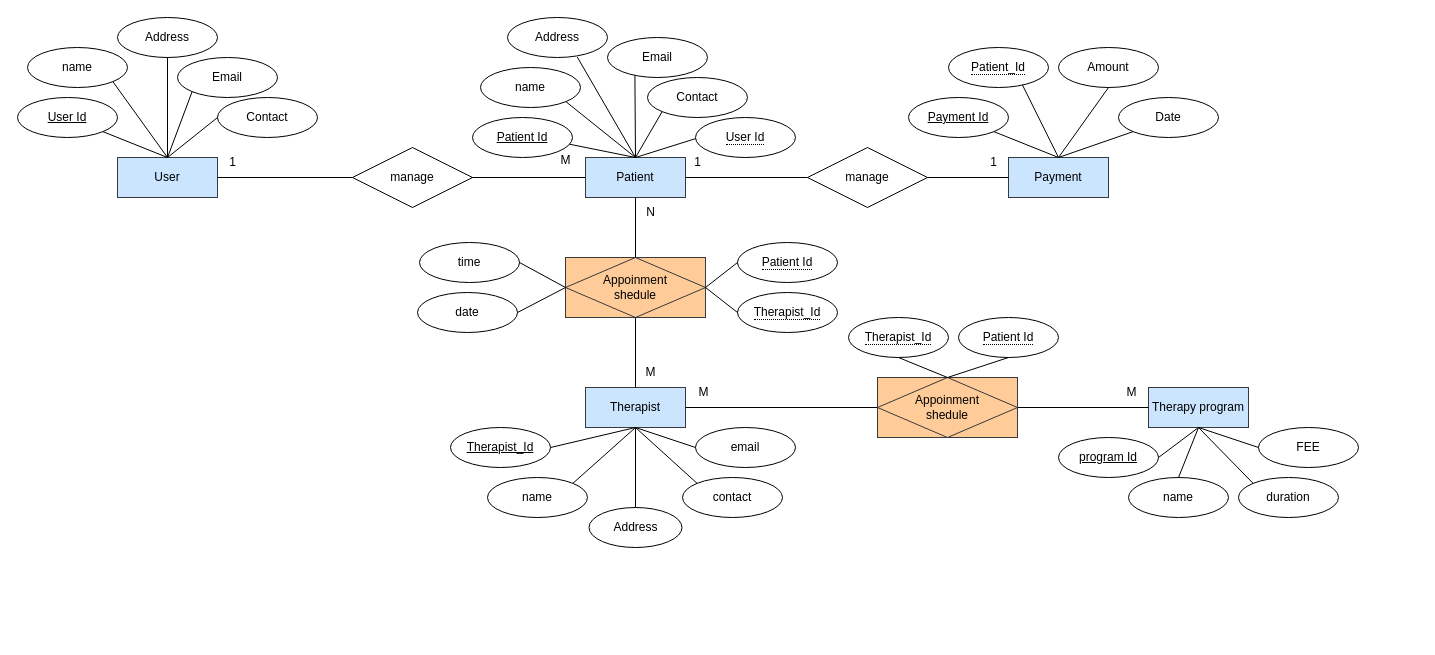
Above: src/main/resources/ERDiagrem/Er For Hibernate.drawio in Dinuka0512/The-Serenity-Mental-Health-Therapy-Center (draw.io), before the change. Source tidied: cells renumbered, new cells numbered last; positions are measured from the earlier drawing's top-left corner, leaving out a move shared by most shapes. Both pictures are drawn from the tidied source at 100%, with x=0, y=0 at pixel (17, 17).
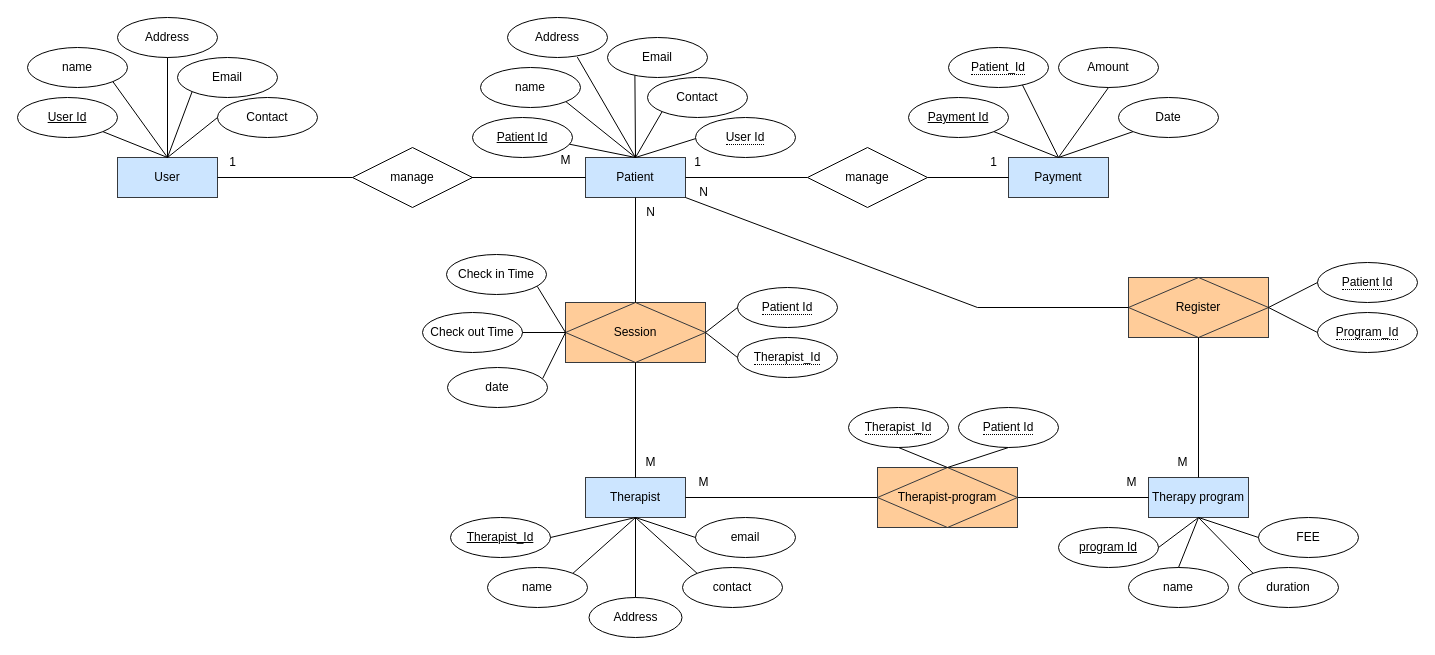
The same diagram, later.

Commit message (it also covers changes not shown here):
created the new er and also create the entity class user now working withot any error

The change refers to these unchanged cells:
```xml
<mxCell id="14" value="Patient" style="whiteSpace=wrap;html=1;align=center;fillColor=#cce5ff;strokeColor=#36393d;" parent="1" vertex="1">
  <mxGeometry x="568" y="140" width="100" height="40" as="geometry" />
</mxCell>
```

Diff of the diagram source:
```diff
@@
     <mxCell id="29" value="Therapy program" style="whiteSpace=wrap;html=1;align=center;fillColor=#cce5ff;strokeColor=#36393d;" parent="1" vertex="1">
-      <mxGeometry x="1131" y="370" width="100" height="40" as="geometry" />
+      <mxGeometry x="1131" y="460" width="100" height="40" as="geometry" />
     </mxCell>
     <mxCell id="30" value="program Id" style="ellipse;whiteSpace=wrap;html=1;align=center;fontStyle=4;" parent="1" vertex="1">
-      <mxGeometry x="1041" y="420" width="100" height="40" as="geometry" />
+      <mxGeometry x="1041" y="510" width="100" height="40" as="geometry" />
     </mxCell>
     <mxCell id="31" value="name" style="ellipse;whiteSpace=wrap;html=1;align=center;" parent="1" vertex="1">
-      <mxGeometry x="1111" y="460" width="100" height="40" as="geometry" />
+      <mxGeometry x="1111" y="550" width="100" height="40" as="geometry" />
     </mxCell>
     <mxCell id="32" value="duration" style="ellipse;whiteSpace=wrap;html=1;align=center;" parent="1" vertex="1">
-      <mxGeometry x="1221" y="460" width="100" height="40" as="geometry" />
+      <mxGeometry x="1221" y="550" width="100" height="40" as="geometry" />
     </mxCell>
     <mxCell id="33" value="FEE" style="ellipse;whiteSpace=wrap;html=1;align=center;" parent="1" vertex="1">
-      <mxGeometry x="1241" y="410" width="100" height="40" as="geometry" />
+      <mxGeometry x="1241" y="500" width="100" height="40" as="geometry" />
     </mxCell>
@@
-    <mxCell id="38" value="Appoinment&lt;div&gt;shedule&lt;/div&gt;" style="shape=associativeEntity;whiteSpace=wrap;html=1;align=center;fillColor=#ffcc99;strokeColor=#36393d;" parent="1" vertex="1">
-      <mxGeometry x="548" y="240" width="140" height="60" as="geometry" />
+    <mxCell id="38" value="Session" style="shape=associativeEntity;whiteSpace=wrap;html=1;align=center;fillColor=#ffcc99;strokeColor=#36393d;" parent="1" vertex="1">
+      <mxGeometry x="548" y="285" width="140" height="60" as="geometry" />
     </mxCell>
@@
     <mxCell id="40" value="M" style="text;html=1;align=center;verticalAlign=middle;strokeColor=none;fillColor=none;" parent="1" vertex="1">
-      <mxGeometry x="618" y="340" width="30" height="30" as="geometry" />
+      <mxGeometry x="618" y="430" width="30" height="30" as="geometry" />
     </mxCell>
@@
     <mxCell id="42" value="&lt;span style=&quot;border-bottom: 1px dotted&quot;&gt;Patient Id&lt;/span&gt;" style="ellipse;whiteSpace=wrap;html=1;align=center;" parent="1" vertex="1">
-      <mxGeometry x="720" y="225" width="100" height="40" as="geometry" />
+      <mxGeometry x="720" y="270" width="100" height="40" as="geometry" />
     </mxCell>
     <mxCell id="43" value="&lt;span style=&quot;border-bottom: 1px dotted&quot;&gt;Therapist_Id&lt;/span&gt;" style="ellipse;whiteSpace=wrap;html=1;align=center;" parent="1" vertex="1">
-      <mxGeometry x="720" y="275" width="100" height="40" as="geometry" />
+      <mxGeometry x="720" y="320" width="100" height="40" as="geometry" />
     </mxCell>
@@
     <mxCell id="49" value="date" style="ellipse;whiteSpace=wrap;html=1;align=center;" parent="1" vertex="1">
-      <mxGeometry x="400" y="275" width="100" height="40" as="geometry" />
+      <mxGeometry x="430" y="350" width="100" height="40" as="geometry" />
     </mxCell>
-    <mxCell id="50" value="time" style="ellipse;whiteSpace=wrap;html=1;align=center;" parent="1" vertex="1">
-      <mxGeometry x="402" y="225" width="100" height="40" as="geometry" />
+    <mxCell id="50" value="Check out Time" style="ellipse;whiteSpace=wrap;html=1;align=center;" parent="1" vertex="1">
+      <mxGeometry x="405" y="295" width="100" height="40" as="geometry" />
     </mxCell>
@@
-    <mxCell id="52" style="endArrow=none;html=1;rounded=0;entryX=1;entryY=0.5;entryDx=0;entryDy=0;exitX=0;exitY=0.5;exitDx=0;exitDy=0;" parent="1" edge="1" source="38" target="49">
+    <mxCell id="52" style="endArrow=none;html=1;rounded=0;entryX=0.952;entryY=0.275;entryDx=0;entryDy=0;exitX=0;exitY=0.5;exitDx=0;exitDy=0;entryPerimeter=0;" parent="1" edge="1" source="38" target="49">
       <mxGeometry relative="1" as="geometry" />
     </mxCell>
@@
     <mxCell id="54" value="Therapist" style="whiteSpace=wrap;html=1;align=center;fillColor=#cce5ff;strokeColor=#36393d;" parent="1" vertex="1">
-      <mxGeometry x="568" y="370" width="100" height="40" as="geometry" />
+      <mxGeometry x="568" y="460" width="100" height="40" as="geometry" />
     </mxCell>
@@
     <mxCell id="56" value="Therapist_Id" style="ellipse;whiteSpace=wrap;html=1;align=center;fontStyle=4;" parent="1" vertex="1">
-      <mxGeometry x="433" y="410" width="100" height="40" as="geometry" />
+      <mxGeometry x="433" y="500" width="100" height="40" as="geometry" />
     </mxCell>
     <mxCell id="57" value="name" style="ellipse;whiteSpace=wrap;html=1;align=center;" parent="1" vertex="1">
-      <mxGeometry x="470" y="460" width="100" height="40" as="geometry" />
+      <mxGeometry x="470" y="550" width="100" height="40" as="geometry" />
     </mxCell>
     <mxCell id="58" value="Address" style="ellipse;whiteSpace=wrap;html=1;align=center;" parent="1" vertex="1">
-      <mxGeometry x="571.5" y="490" width="93" height="40" as="geometry" />
+      <mxGeometry x="571.5" y="580" width="93" height="40" as="geometry" />
     </mxCell>
     <mxCell id="59" value="email" style="ellipse;whiteSpace=wrap;html=1;align=center;" parent="1" vertex="1">
-      <mxGeometry x="678" y="410" width="100" height="40" as="geometry" />
+      <mxGeometry x="678" y="500" width="100" height="40" as="geometry" />
     </mxCell>
     <mxCell id="60" value="contact" style="ellipse;whiteSpace=wrap;html=1;align=center;" parent="1" vertex="1">
-      <mxGeometry x="665" y="460" width="100" height="40" as="geometry" />
+      <mxGeometry x="665" y="550" width="100" height="40" as="geometry" />
     </mxCell>
@@
     <mxCell id="65" style="endArrow=none;html=1;rounded=0;entryX=1;entryY=0;entryDx=0;entryDy=0;" parent="1" edge="1" target="57">
       <mxGeometry relative="1" as="geometry">
-        <mxPoint x="618" y="410" as="sourcePoint" />
+        <mxPoint x="618" y="500" as="sourcePoint" />
       </mxGeometry>
     </mxCell>
     <mxCell id="66" value="M" style="text;html=1;align=center;verticalAlign=middle;strokeColor=none;fillColor=none;" parent="1" vertex="1">
-      <mxGeometry x="1099" y="360" width="30" height="30" as="geometry" />
+      <mxGeometry x="1099" y="450" width="30" height="30" as="geometry" />
     </mxCell>
     <mxCell id="67" value="M" style="text;html=1;align=center;verticalAlign=middle;strokeColor=none;fillColor=none;" parent="1" vertex="1">
-      <mxGeometry x="671" y="360" width="30" height="30" as="geometry" />
+      <mxGeometry x="671" y="450" width="30" height="30" as="geometry" />
     </mxCell>
@@
-    <mxCell id="82" value="Appoinment&lt;div&gt;shedule&lt;/div&gt;" style="shape=associativeEntity;whiteSpace=wrap;html=1;align=center;fillColor=#ffcc99;strokeColor=#36393d;" parent="1" vertex="1">
-      <mxGeometry x="860" y="360" width="140" height="60" as="geometry" />
+    <mxCell id="82" value="Therapist-program" style="shape=associativeEntity;whiteSpace=wrap;html=1;align=center;fillColor=#ffcc99;strokeColor=#36393d;" parent="1" vertex="1">
+      <mxGeometry x="860" y="450" width="140" height="60" as="geometry" />
     </mxCell>
     <mxCell id="83" value="&lt;span style=&quot;border-bottom: 1px dotted&quot;&gt;Therapist_Id&lt;/span&gt;" style="ellipse;whiteSpace=wrap;html=1;align=center;" parent="1" vertex="1">
-      <mxGeometry x="831" y="300" width="100" height="40" as="geometry" />
+      <mxGeometry x="831" y="390" width="100" height="40" as="geometry" />
     </mxCell>
     <mxCell id="84" value="&lt;span style=&quot;border-bottom: 1px dotted&quot;&gt;Patient Id&lt;/span&gt;" style="ellipse;whiteSpace=wrap;html=1;align=center;" parent="1" vertex="1">
-      <mxGeometry x="941" y="300" width="100" height="40" as="geometry" />
+      <mxGeometry x="941" y="390" width="100" height="40" as="geometry" />
     </mxCell>
@@
+    <mxCell id="87" value="Register" style="shape=associativeEntity;whiteSpace=wrap;html=1;align=center;fillColor=#ffcc99;strokeColor=#36393d;" parent="1" vertex="1">
+      <mxGeometry x="1111" y="260" width="140" height="60" as="geometry" />
+    </mxCell>
+    <mxCell id="88" style="endArrow=none;html=1;rounded=0;exitX=0.5;exitY=1;exitDx=0;exitDy=0;entryX=0.5;entryY=0;entryDx=0;entryDy=0;" parent="1" edge="1" source="87" target="29">
+      <mxGeometry relative="1" as="geometry" />
+    </mxCell>
+    <mxCell id="89" style="endArrow=none;html=1;rounded=0;exitX=1;exitY=1;exitDx=0;exitDy=0;entryX=0;entryY=0.5;entryDx=0;entryDy=0;" parent="1" edge="1" source="14" target="87">
+      <mxGeometry relative="1" as="geometry">
+        <Array as="points">
+          <mxPoint x="960" y="290" />
+        </Array>
+      </mxGeometry>
+    </mxCell>
+    <mxCell id="90" value="N" style="text;html=1;align=center;verticalAlign=middle;strokeColor=none;fillColor=none;" parent="1" vertex="1">
+      <mxGeometry x="671" y="160" width="30" height="30" as="geometry" />
+    </mxCell>
+    <mxCell id="91" value="M" style="text;html=1;align=center;verticalAlign=middle;strokeColor=none;fillColor=none;" parent="1" vertex="1">
+      <mxGeometry x="1150" y="430" width="30" height="30" as="geometry" />
+    </mxCell>
+    <mxCell id="92" value="&lt;span style=&quot;border-bottom: 1px dotted&quot;&gt;Patient Id&lt;/span&gt;" style="ellipse;whiteSpace=wrap;html=1;align=center;" parent="1" vertex="1">
+      <mxGeometry x="1300" y="245" width="100" height="40" as="geometry" />
+    </mxCell>
+    <mxCell id="93" value="&lt;span style=&quot;border-bottom: 1px dotted&quot;&gt;Program_Id&lt;/span&gt;" style="ellipse;whiteSpace=wrap;html=1;align=center;" parent="1" vertex="1">
+      <mxGeometry x="1300" y="295" width="100" height="40" as="geometry" />
+    </mxCell>
+    <mxCell id="94" style="endArrow=none;html=1;rounded=0;exitX=0;exitY=0.5;exitDx=0;exitDy=0;entryX=1;entryY=0.5;entryDx=0;entryDy=0;" parent="1" edge="1" source="92" target="87">
+      <mxGeometry relative="1" as="geometry" />
+    </mxCell>
+    <mxCell id="95" style="endArrow=none;html=1;rounded=0;exitX=0;exitY=0.5;exitDx=0;exitDy=0;entryX=1;entryY=0.5;entryDx=0;entryDy=0;" parent="1" edge="1" source="93" target="87">
+      <mxGeometry relative="1" as="geometry" />
+    </mxCell>
+    <mxCell id="96" value="Check in Time" style="ellipse;whiteSpace=wrap;html=1;align=center;" parent="1" vertex="1">
+      <mxGeometry x="429" y="237" width="100" height="40" as="geometry" />
+    </mxCell>
+    <mxCell id="97" style="endArrow=none;html=1;rounded=0;exitX=0;exitY=0.5;exitDx=0;exitDy=0;entryX=0.908;entryY=0.798;entryDx=0;entryDy=0;entryPerimeter=0;" parent="1" edge="1" source="38" target="96">
+      <mxGeometry relative="1" as="geometry" />
+    </mxCell>
```
